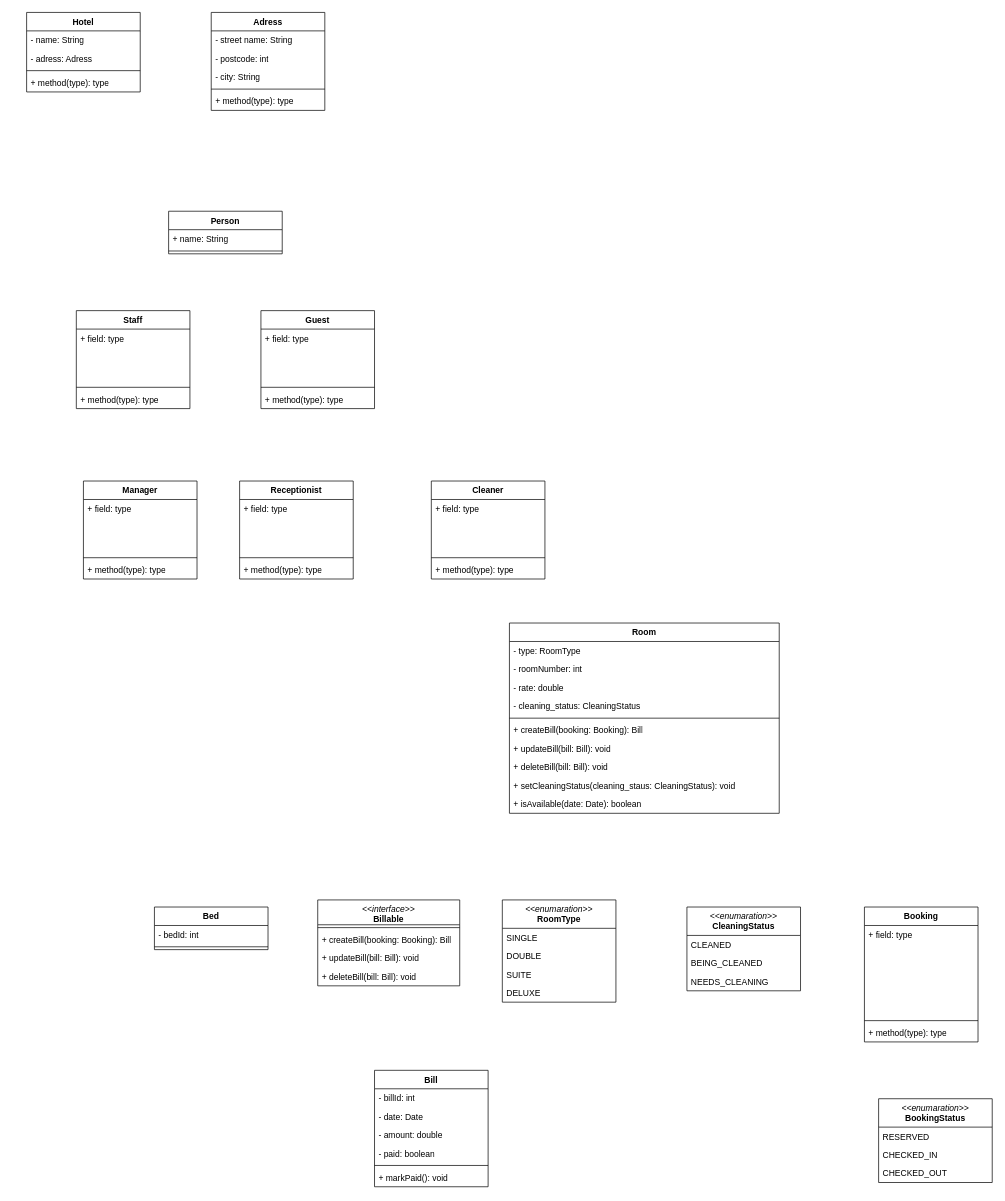
Earlier version of the draw.io diagram SWEA_EXC4.drawio (Jordis6534/SWE_A). Source tidied: cells renumbered, new cells numbered last; positions are measured from the earlier drawing's top-left corner, leaving out a move shared by most shapes. Both pictures are drawn from the tidied source at 71%, with x=0, y=0 at pixel (26, 12).
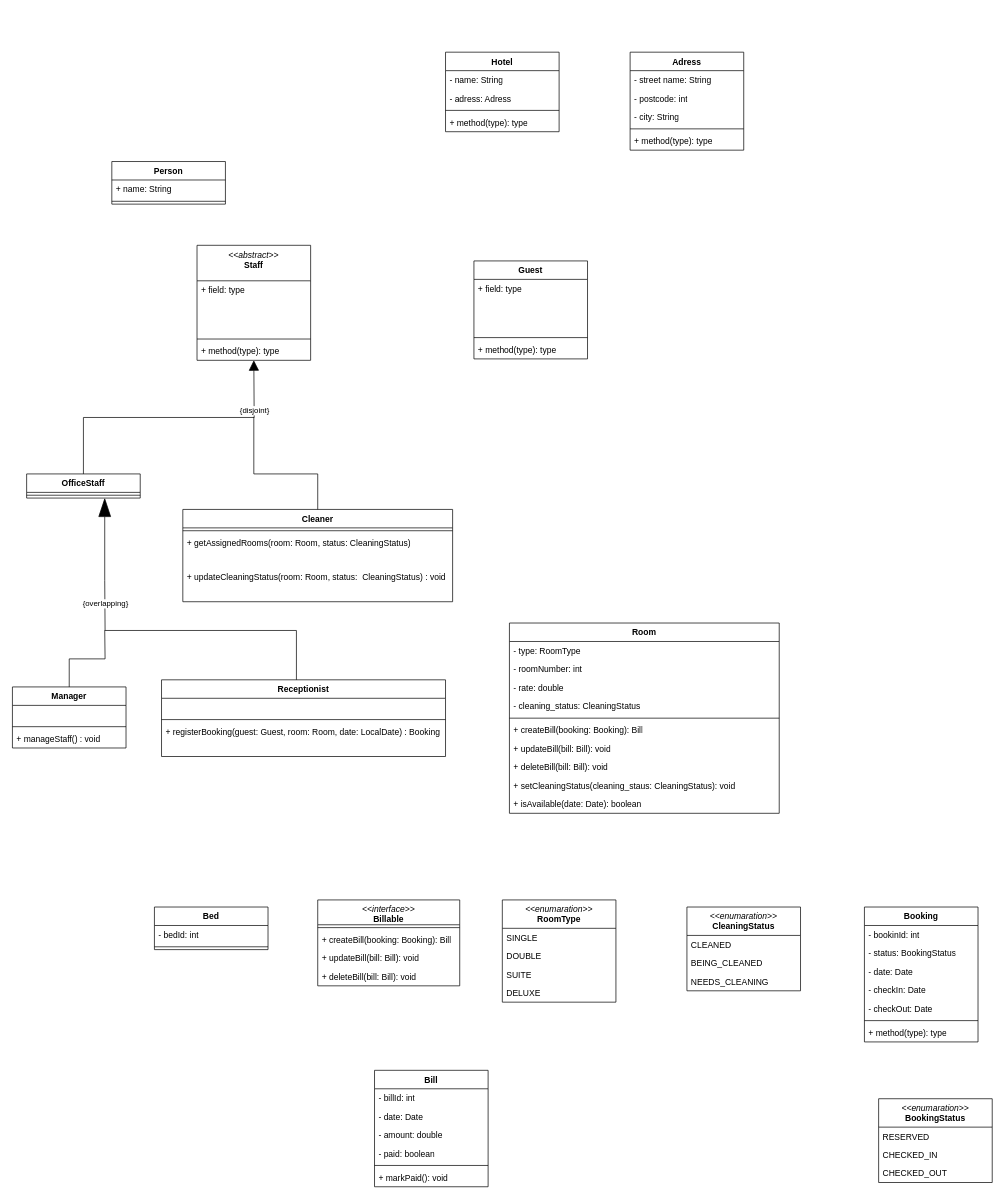
Above is the later version.

Unchanged cells that the change refers to:
```xml
<mxCell id="77" value="Booking" style="swimlane;fontStyle=1;align=center;verticalAlign=top;horizontal=1;startSize=26;whiteSpace=wrap;html=1;" parent="1" vertex="1">
  <mxGeometry x="1180" y="1260" width="160" height="190" as="geometry" />
</mxCell>
```

The edit, as a diff of the source:
```diff
@@
     <mxCell id="2" value="Hotel" style="swimlane;fontStyle=1;align=center;verticalAlign=top;horizontal=1;startSize=26;whiteSpace=wrap;html=1;" parent="1" vertex="1">
-      <mxGeometry width="160" height="112" as="geometry" />
+      <mxGeometry x="590" y="56" width="160" height="112" as="geometry" />
     </mxCell>
@@
     <mxCell id="7" value="Adress" style="swimlane;fontStyle=1;align=center;verticalAlign=top;horizontal=1;startSize=26;whiteSpace=wrap;html=1;" parent="1" vertex="1">
-      <mxGeometry x="260" width="160" height="138" as="geometry" />
+      <mxGeometry x="850" y="56" width="160" height="138" as="geometry" />
     </mxCell>
@@
     <mxCell id="13" value="Person" style="swimlane;fontStyle=1;align=center;verticalAlign=top;horizontal=1;startSize=26;whiteSpace=wrap;html=1;" parent="1" vertex="1">
-      <mxGeometry x="200" y="280" width="160" height="60" as="geometry" />
+      <mxGeometry x="120" y="210" width="160" height="60" as="geometry" />
     </mxCell>
@@
-    <mxCell id="16" value="Staff" style="swimlane;fontStyle=1;align=center;verticalAlign=top;horizontal=1;startSize=26;whiteSpace=wrap;html=1;" parent="1" vertex="1">
-      <mxGeometry x="70" y="420" width="160" height="138" as="geometry" />
+    <mxCell id="16" value="&lt;div&gt;&lt;i style=&quot;font-weight: 400;&quot;&gt;&amp;lt;&amp;lt;abstract&amp;gt;&amp;gt;&lt;/i&gt;&lt;/div&gt;Staff" style="swimlane;fontStyle=1;align=center;verticalAlign=top;horizontal=1;startSize=50;whiteSpace=wrap;html=1;" parent="1" vertex="1">
+      <mxGeometry x="240" y="328" width="160" height="162" as="geometry" />
     </mxCell>
     <mxCell id="17" value="+ field: type" style="text;strokeColor=none;fillColor=none;align=left;verticalAlign=top;spacingLeft=4;spacingRight=4;overflow=hidden;whiteSpace=wrap;html=1;" parent="16" vertex="1">
-      <mxGeometry y="26" width="160" height="26" as="geometry" />
+      <mxGeometry y="50" width="160" height="26" as="geometry" />
     </mxCell>
     <mxCell id="18" style="text;strokeColor=none;fillColor=none;align=left;verticalAlign=top;spacingLeft=4;spacingRight=4;overflow=hidden;whiteSpace=wrap;html=1;" parent="16" vertex="1">
-      <mxGeometry y="52" width="160" height="26" as="geometry" />
+      <mxGeometry y="76" width="160" height="26" as="geometry" />
     </mxCell>
     <mxCell id="19" style="text;strokeColor=none;fillColor=none;align=left;verticalAlign=top;spacingLeft=4;spacingRight=4;overflow=hidden;whiteSpace=wrap;html=1;" parent="16" vertex="1">
-      <mxGeometry y="78" width="160" height="26" as="geometry" />
+      <mxGeometry y="102" width="160" height="26" as="geometry" />
     </mxCell>
     <mxCell id="20" style="line;strokeWidth=1;fillColor=none;align=left;verticalAlign=middle;spacingTop=-1;spacingLeft=3;spacingRight=3;labelPosition=right;strokeColor=inherit;labelPerimeter=1;" parent="16" vertex="1">
-      <mxGeometry y="104" width="160" height="8" as="geometry" />
+      <mxGeometry y="128" width="160" height="8" as="geometry" />
     </mxCell>
     <mxCell id="21" value="+ method(type): type" style="text;strokeColor=none;fillColor=none;align=left;verticalAlign=top;spacingLeft=4;spacingRight=4;overflow=hidden;whiteSpace=wrap;html=1;" parent="16" vertex="1">
-      <mxGeometry y="112" width="160" height="26" as="geometry" />
+      <mxGeometry y="136" width="160" height="26" as="geometry" />
     </mxCell>
     <mxCell id="22" value="Guest" style="swimlane;fontStyle=1;align=center;verticalAlign=top;horizontal=1;startSize=26;whiteSpace=wrap;html=1;" parent="1" vertex="1">
-      <mxGeometry x="330" y="420" width="160" height="138" as="geometry" />
+      <mxGeometry x="630" y="350" width="160" height="138" as="geometry" />
     </mxCell>
@@
     <mxCell id="28" value="Receptionist" style="swimlane;fontStyle=1;align=center;verticalAlign=top;horizontal=1;startSize=26;whiteSpace=wrap;html=1;" parent="1" vertex="1">
-      <mxGeometry x="300" y="660" width="160" height="138" as="geometry" />
+      <mxGeometry x="190" y="940" width="400" height="108" as="geometry" />
     </mxCell>
-    <mxCell id="29" value="+ field: type" style="text;strokeColor=none;fillColor=none;align=left;verticalAlign=top;spacingLeft=4;spacingRight=4;overflow=hidden;whiteSpace=wrap;html=1;" parent="28" vertex="1">
-      <mxGeometry y="26" width="160" height="26" as="geometry" />
-    </mxCell>
-    <mxCell id="30" style="text;strokeColor=none;fillColor=none;align=left;verticalAlign=top;spacingLeft=4;spacingRight=4;overflow=hidden;whiteSpace=wrap;html=1;" parent="28" vertex="1">
-      <mxGeometry y="52" width="160" height="26" as="geometry" />
-    </mxCell>
     <mxCell id="31" style="text;strokeColor=none;fillColor=none;align=left;verticalAlign=top;spacingLeft=4;spacingRight=4;overflow=hidden;whiteSpace=wrap;html=1;" parent="28" vertex="1">
-      <mxGeometry y="78" width="160" height="26" as="geometry" />
+      <mxGeometry y="26" width="400" height="26" as="geometry" />
     </mxCell>
     <mxCell id="32" style="line;strokeWidth=1;fillColor=none;align=left;verticalAlign=middle;spacingTop=-1;spacingLeft=3;spacingRight=3;labelPosition=right;strokeColor=inherit;labelPerimeter=1;" parent="28" vertex="1">
-      <mxGeometry y="104" width="160" height="8" as="geometry" />
+      <mxGeometry y="52" width="400" height="8" as="geometry" />
     </mxCell>
-    <mxCell id="33" value="+ method(type): type" style="text;strokeColor=none;fillColor=none;align=left;verticalAlign=top;spacingLeft=4;spacingRight=4;overflow=hidden;whiteSpace=wrap;html=1;" parent="28" vertex="1">
-      <mxGeometry y="112" width="160" height="26" as="geometry" />
+    <mxCell id="33" value="+ registerBooking(guest: Guest, room: Room, date: LocalDate) : Booking" style="text;strokeColor=none;fillColor=none;align=left;verticalAlign=top;spacingLeft=4;spacingRight=4;overflow=hidden;whiteSpace=wrap;html=1;" parent="28" vertex="1">
+      <mxGeometry y="60" width="400" height="48" as="geometry" />
     </mxCell>
     <mxCell id="34" value="Manager" style="swimlane;fontStyle=1;align=center;verticalAlign=top;horizontal=1;startSize=26;whiteSpace=wrap;html=1;" parent="1" vertex="1">
-      <mxGeometry x="80" y="660" width="160" height="138" as="geometry" />
+      <mxGeometry x="-20" y="950" width="160" height="86" as="geometry" />
     </mxCell>
-    <mxCell id="35" value="+ field: type" style="text;strokeColor=none;fillColor=none;align=left;verticalAlign=top;spacingLeft=4;spacingRight=4;overflow=hidden;whiteSpace=wrap;html=1;" parent="34" vertex="1">
-      <mxGeometry y="26" width="160" height="26" as="geometry" />
-    </mxCell>
-    <mxCell id="36" style="text;strokeColor=none;fillColor=none;align=left;verticalAlign=top;spacingLeft=4;spacingRight=4;overflow=hidden;whiteSpace=wrap;html=1;" parent="34" vertex="1">
-      <mxGeometry y="52" width="160" height="26" as="geometry" />
-    </mxCell>
     <mxCell id="37" style="text;strokeColor=none;fillColor=none;align=left;verticalAlign=top;spacingLeft=4;spacingRight=4;overflow=hidden;whiteSpace=wrap;html=1;" parent="34" vertex="1">
-      <mxGeometry y="78" width="160" height="26" as="geometry" />
+      <mxGeometry y="26" width="160" height="26" as="geometry" />
     </mxCell>
     <mxCell id="38" style="line;strokeWidth=1;fillColor=none;align=left;verticalAlign=middle;spacingTop=-1;spacingLeft=3;spacingRight=3;labelPosition=right;strokeColor=inherit;labelPerimeter=1;" parent="34" vertex="1">
-      <mxGeometry y="104" width="160" height="8" as="geometry" />
+      <mxGeometry y="52" width="160" height="8" as="geometry" />
     </mxCell>
-    <mxCell id="39" value="+ method(type): type" style="text;strokeColor=none;fillColor=none;align=left;verticalAlign=top;spacingLeft=4;spacingRight=4;overflow=hidden;whiteSpace=wrap;html=1;" parent="34" vertex="1">
-      <mxGeometry y="112" width="160" height="26" as="geometry" />
+    <mxCell id="39" value="+ manageStaff() : void" style="text;strokeColor=none;fillColor=none;align=left;verticalAlign=top;spacingLeft=4;spacingRight=4;overflow=hidden;whiteSpace=wrap;html=1;" parent="34" vertex="1">
+      <mxGeometry y="60" width="160" height="26" as="geometry" />
     </mxCell>
     <mxCell id="40" value="Cleaner&lt;div&gt;&lt;br&gt;&lt;/div&gt;" style="swimlane;fontStyle=1;align=center;verticalAlign=top;horizontal=1;startSize=26;whiteSpace=wrap;html=1;" parent="1" vertex="1">
-      <mxGeometry x="570" y="660" width="160" height="138" as="geometry" />
+      <mxGeometry x="220" y="700" width="380" height="130" as="geometry" />
     </mxCell>
-    <mxCell id="41" value="+ field: type" style="text;strokeColor=none;fillColor=none;align=left;verticalAlign=top;spacingLeft=4;spacingRight=4;overflow=hidden;whiteSpace=wrap;html=1;" parent="40" vertex="1">
-      <mxGeometry y="26" width="160" height="26" as="geometry" />
-    </mxCell>
-    <mxCell id="42" style="text;strokeColor=none;fillColor=none;align=left;verticalAlign=top;spacingLeft=4;spacingRight=4;overflow=hidden;whiteSpace=wrap;html=1;" parent="40" vertex="1">
-      <mxGeometry y="52" width="160" height="26" as="geometry" />
-    </mxCell>
-    <mxCell id="43" style="text;strokeColor=none;fillColor=none;align=left;verticalAlign=top;spacingLeft=4;spacingRight=4;overflow=hidden;whiteSpace=wrap;html=1;" parent="40" vertex="1">
-      <mxGeometry y="78" width="160" height="26" as="geometry" />
-    </mxCell>
     <mxCell id="44" style="line;strokeWidth=1;fillColor=none;align=left;verticalAlign=middle;spacingTop=-1;spacingLeft=3;spacingRight=3;labelPosition=right;strokeColor=inherit;labelPerimeter=1;" parent="40" vertex="1">
-      <mxGeometry y="104" width="160" height="8" as="geometry" />
+      <mxGeometry y="26" width="380" height="8" as="geometry" />
     </mxCell>
-    <mxCell id="45" value="+ method(type): type" style="text;strokeColor=none;fillColor=none;align=left;verticalAlign=top;spacingLeft=4;spacingRight=4;overflow=hidden;whiteSpace=wrap;html=1;" parent="40" vertex="1">
-      <mxGeometry y="112" width="160" height="26" as="geometry" />
+    <mxCell id="45" value="+&amp;nbsp;getAssignedRooms(room: Room, status: CleaningStatus)" style="text;strokeColor=none;fillColor=none;align=left;verticalAlign=top;spacingLeft=4;spacingRight=4;overflow=hidden;whiteSpace=wrap;html=1;" parent="40" vertex="1">
+      <mxGeometry y="34" width="380" height="48" as="geometry" />
     </mxCell>
+    <mxCell id="93" value="+ updateCleaningStatus(room: Room, status:&amp;nbsp; CleaningStatus) : void" style="text;strokeColor=none;fillColor=none;align=left;verticalAlign=top;spacingLeft=4;spacingRight=4;overflow=hidden;whiteSpace=wrap;html=1;" parent="40" vertex="1">
+      <mxGeometry y="82" width="380" height="48" as="geometry" />
+    </mxCell>
@@
-    <mxCell id="78" value="+ field: type" style="text;strokeColor=none;fillColor=none;align=left;verticalAlign=top;spacingLeft=4;spacingRight=4;overflow=hidden;whiteSpace=wrap;html=1;" parent="77" vertex="1">
+    <mxCell id="78" value="- bookinId: int" style="text;strokeColor=none;fillColor=none;align=left;verticalAlign=top;spacingLeft=4;spacingRight=4;overflow=hidden;whiteSpace=wrap;html=1;" parent="77" vertex="1">
       <mxGeometry y="26" width="160" height="26" as="geometry" />
     </mxCell>
-    <mxCell id="79" style="text;strokeColor=none;fillColor=none;align=left;verticalAlign=top;spacingLeft=4;spacingRight=4;overflow=hidden;whiteSpace=wrap;html=1;" parent="77" vertex="1">
+    <mxCell id="79" value="- status: BookingStatus" style="text;strokeColor=none;fillColor=none;align=left;verticalAlign=top;spacingLeft=4;spacingRight=4;overflow=hidden;whiteSpace=wrap;html=1;" parent="77" vertex="1">
       <mxGeometry y="52" width="160" height="26" as="geometry" />
     </mxCell>
-    <mxCell id="80" style="text;strokeColor=none;fillColor=none;align=left;verticalAlign=top;spacingLeft=4;spacingRight=4;overflow=hidden;whiteSpace=wrap;html=1;" parent="77" vertex="1">
+    <mxCell id="80" value="- date: Date" style="text;strokeColor=none;fillColor=none;align=left;verticalAlign=top;spacingLeft=4;spacingRight=4;overflow=hidden;whiteSpace=wrap;html=1;" parent="77" vertex="1">
       <mxGeometry y="78" width="160" height="26" as="geometry" />
     </mxCell>
-    <mxCell id="81" style="text;strokeColor=none;fillColor=none;align=left;verticalAlign=top;spacingLeft=4;spacingRight=4;overflow=hidden;whiteSpace=wrap;html=1;" parent="77" vertex="1">
+    <mxCell id="81" value="- checkIn: Date" style="text;strokeColor=none;fillColor=none;align=left;verticalAlign=top;spacingLeft=4;spacingRight=4;overflow=hidden;whiteSpace=wrap;html=1;" parent="77" vertex="1">
       <mxGeometry y="104" width="160" height="26" as="geometry" />
     </mxCell>
-    <mxCell id="82" style="text;strokeColor=none;fillColor=none;align=left;verticalAlign=top;spacingLeft=4;spacingRight=4;overflow=hidden;whiteSpace=wrap;html=1;" parent="77" vertex="1">
+    <mxCell id="82" value="- checkOut: Date" style="text;strokeColor=none;fillColor=none;align=left;verticalAlign=top;spacingLeft=4;spacingRight=4;overflow=hidden;whiteSpace=wrap;html=1;" parent="77" vertex="1">
       <mxGeometry y="130" width="160" height="26" as="geometry" />
     </mxCell>
@@
+    <mxCell id="94" value="OfficeStaff" style="swimlane;fontStyle=1;align=center;verticalAlign=top;horizontal=1;startSize=26;whiteSpace=wrap;html=1;" parent="1" vertex="1">
+      <mxGeometry y="650" width="160" height="34" as="geometry" />
+    </mxCell>
+    <mxCell id="95" style="line;strokeWidth=1;fillColor=none;align=left;verticalAlign=middle;spacingTop=-1;spacingLeft=3;spacingRight=3;labelPosition=right;strokeColor=inherit;labelPerimeter=1;" parent="94" vertex="1">
+      <mxGeometry y="26" width="160" height="8" as="geometry" />
+    </mxCell>
+    <mxCell id="96" style="endArrow=blockThin;endFill=1;endSize=24;html=1;rounded=0;defaultLabelBackgroundColor=page;labelPadding=0 4;entryX=0.5;entryY=1;entryDx=0;entryDy=0;" parent="1" edge="1">
+      <mxGeometry relative="1" as="geometry">
+        <mxPoint x="110" y="800" as="sourcePoint" />
+        <mxPoint x="110" y="684" as="targetPoint" />
+      </mxGeometry>
+    </mxCell>
+    <mxCell id="97" style="endArrow=none;html=1;rounded=0;defaultLabelBackgroundColor=page;labelPadding=0 4;exitX=0.475;exitY=0;exitDx=0;exitDy=0;exitPerimeter=0;edgeStyle=orthogonalEdgeStyle;" parent="1" edge="1" source="28">
+      <mxGeometry x="0.07" relative="1" as="geometry">
+        <mxPoint x="110" y="800" as="targetPoint" />
+      </mxGeometry>
+    </mxCell>
+    <mxCell id="98" value="{overlapping}" style="edgeLabel;html=1;align=center;verticalAlign=middle;inheritText=1;defaultLabelBackgroundColor=page;labelPadding=0 4;" parent="97" vertex="1">
+      <mxGeometry x="0.84" relative="1" as="geometry" />
+    </mxCell>
+    <mxCell id="99" style="endArrow=none;html=1;rounded=0;defaultLabelBackgroundColor=page;labelPadding=0 4;entryX=0.5;entryY=0;entryDx=0;entryDy=0;edgeStyle=orthogonalEdgeStyle;" parent="1" edge="1" target="34">
+      <mxGeometry relative="1" as="geometry">
+        <mxPoint x="110" y="870" as="sourcePoint" />
+      </mxGeometry>
+    </mxCell>
+    <mxCell id="100" style="endArrow=block;endFill=1;endSize=12;html=1;rounded=0;defaultLabelBackgroundColor=page;labelPadding=0 4;exitX=0.5;exitY=0;exitDx=0;exitDy=0;edgeStyle=orthogonalEdgeStyle;" parent="1" edge="1" source="94">
+      <mxGeometry x="-0.29" relative="1" as="geometry">
+        <mxPoint x="320" y="490" as="targetPoint" />
+      </mxGeometry>
+    </mxCell>
+    <mxCell id="101" value="{disjoint}" style="edgeLabel;html=1;align=center;verticalAlign=middle;inheritText=1;defaultLabelBackgroundColor=page;labelPadding=0 4;" parent="100" vertex="1">
+      <mxGeometry x="0.74" relative="1" as="geometry">
+        <mxPoint y="18" as="offset" />
+      </mxGeometry>
+    </mxCell>
+    <mxCell id="102" style="endArrow=none;html=1;rounded=0;defaultLabelBackgroundColor=page;labelPadding=0 4;edgeStyle=orthogonalEdgeStyle;exitX=0.5;exitY=0;exitDx=0;exitDy=0;" parent="1" edge="1" source="40">
+      <mxGeometry x="0.18" relative="1" as="geometry">
+        <mxPoint x="320" y="570" as="targetPoint" />
+        <Array as="points">
+          <mxPoint x="410" y="650" />
+          <mxPoint x="320" y="650" />
+        </Array>
+      </mxGeometry>
+    </mxCell>
```
